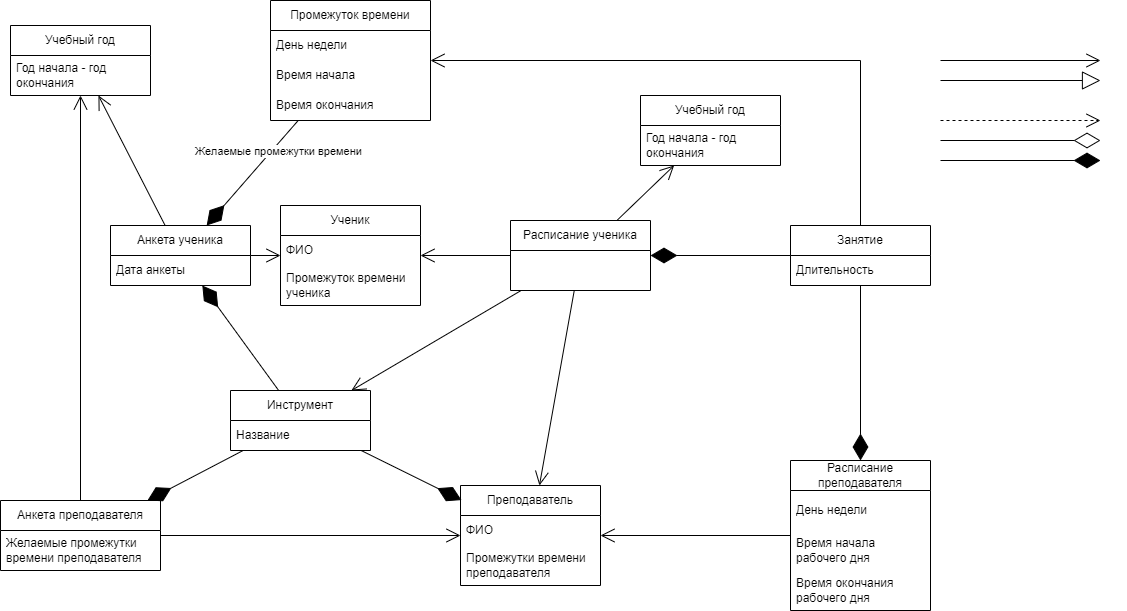
Before: Модель_предметной_области.png, a diagram exported from draw.io (watashinonericell/myrepos). Source tidied: cells renumbered, new cells last; positions are measured from the earlier drawing's top-left corner, leaving out a move shared by most shapes.
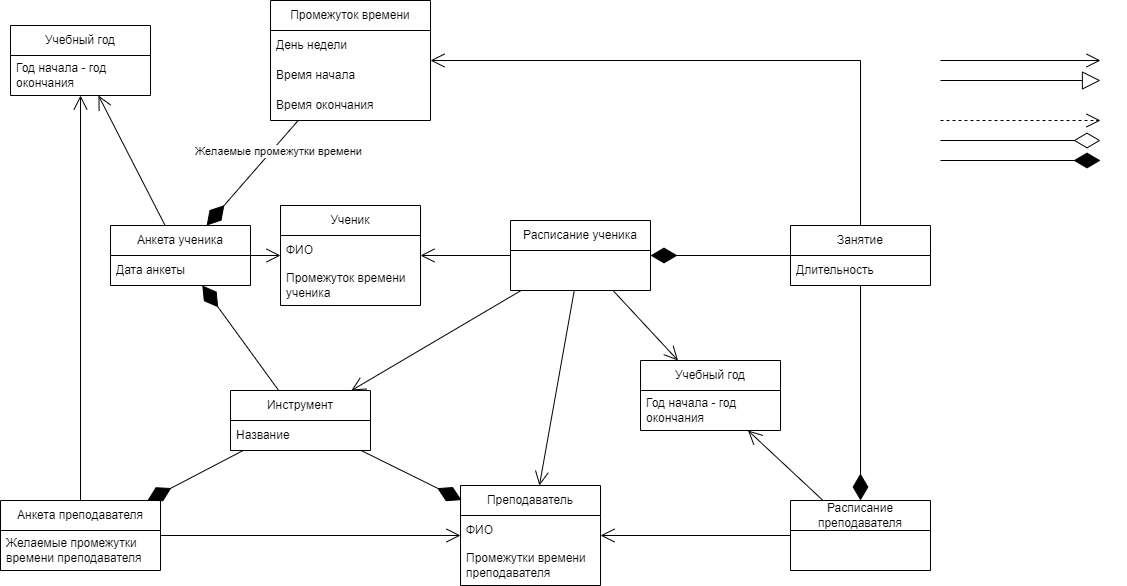
The same diagram one commit later.

Change to the diagram source:
```diff
@@ -121,17 +121,8 @@
       <mxGeometry x="510" y="220" width="140" height="70" as="geometry" />
     </mxCell>
     <mxCell id="35" value="Расписание преподавателя" style="swimlane;fontStyle=0;horizontal=1;startSize=30;whiteSpace=wrap;html=1;" parent="1" vertex="1">
-      <mxGeometry x="790" y="460" width="140" height="150" as="geometry" />
+      <mxGeometry x="790" y="500" width="140" height="70" as="geometry" />
     </mxCell>
-    <mxCell id="36" value="День недели" style="text;strokeColor=none;fillColor=none;align=left;verticalAlign=middle;spacingLeft=4;spacingRight=4;overflow=hidden;whiteSpace=wrap;html=1;" parent="35" vertex="1">
-      <mxGeometry y="30" width="140" height="40" as="geometry" />
-    </mxCell>
-    <mxCell id="37" value="Время начала рабочего дня" style="text;strokeColor=none;fillColor=none;align=left;verticalAlign=middle;spacingLeft=4;spacingRight=4;overflow=hidden;whiteSpace=wrap;html=1;" parent="35" vertex="1">
-      <mxGeometry y="70" width="140" height="40" as="geometry" />
-    </mxCell>
-    <mxCell id="38" value="Время окончания рабочего дня" style="text;strokeColor=none;fillColor=none;align=left;verticalAlign=middle;spacingLeft=4;spacingRight=4;overflow=hidden;whiteSpace=wrap;html=1;" parent="35" vertex="1">
-      <mxGeometry y="110" width="140" height="40" as="geometry" />
-    </mxCell>
     <mxCell id="39" style="endArrow=open;endFill=1;endSize=12;html=1;rounded=0;" parent="1" edge="1" source="34" target="47">
       <mxGeometry relative="1" as="geometry" />
     </mxCell>
@@ -157,7 +148,7 @@
       <mxGeometry relative="1" as="geometry" />
     </mxCell>
     <mxCell id="47" value="Учебный год" style="swimlane;fontStyle=0;horizontal=1;startSize=30;whiteSpace=wrap;html=1;" parent="1" vertex="1">
-      <mxGeometry x="640" y="95" width="140" height="70" as="geometry" />
+      <mxGeometry x="640" y="360" width="140" height="70" as="geometry" />
     </mxCell>
     <mxCell id="48" value="Год начала - год окончания" style="text;strokeColor=none;fillColor=none;align=left;verticalAlign=middle;spacingLeft=4;spacingRight=4;overflow=hidden;whiteSpace=wrap;html=1;" parent="47" vertex="1">
       <mxGeometry y="30" width="140" height="40" as="geometry" />
@@ -168,5 +159,8 @@
     <mxCell id="50" style="endArrow=open;endFill=1;endSize=12;html=1;rounded=0;" parent="1" edge="1" source="34" target="24">
       <mxGeometry relative="1" as="geometry" />
     </mxCell>
+    <mxCell id="51" style="endArrow=open;endFill=1;endSize=12;html=1;rounded=0;" parent="1" edge="1" source="35" target="47">
+      <mxGeometry relative="1" as="geometry" />
+    </mxCell>
   </root>
 </mxGraphModel>
```
